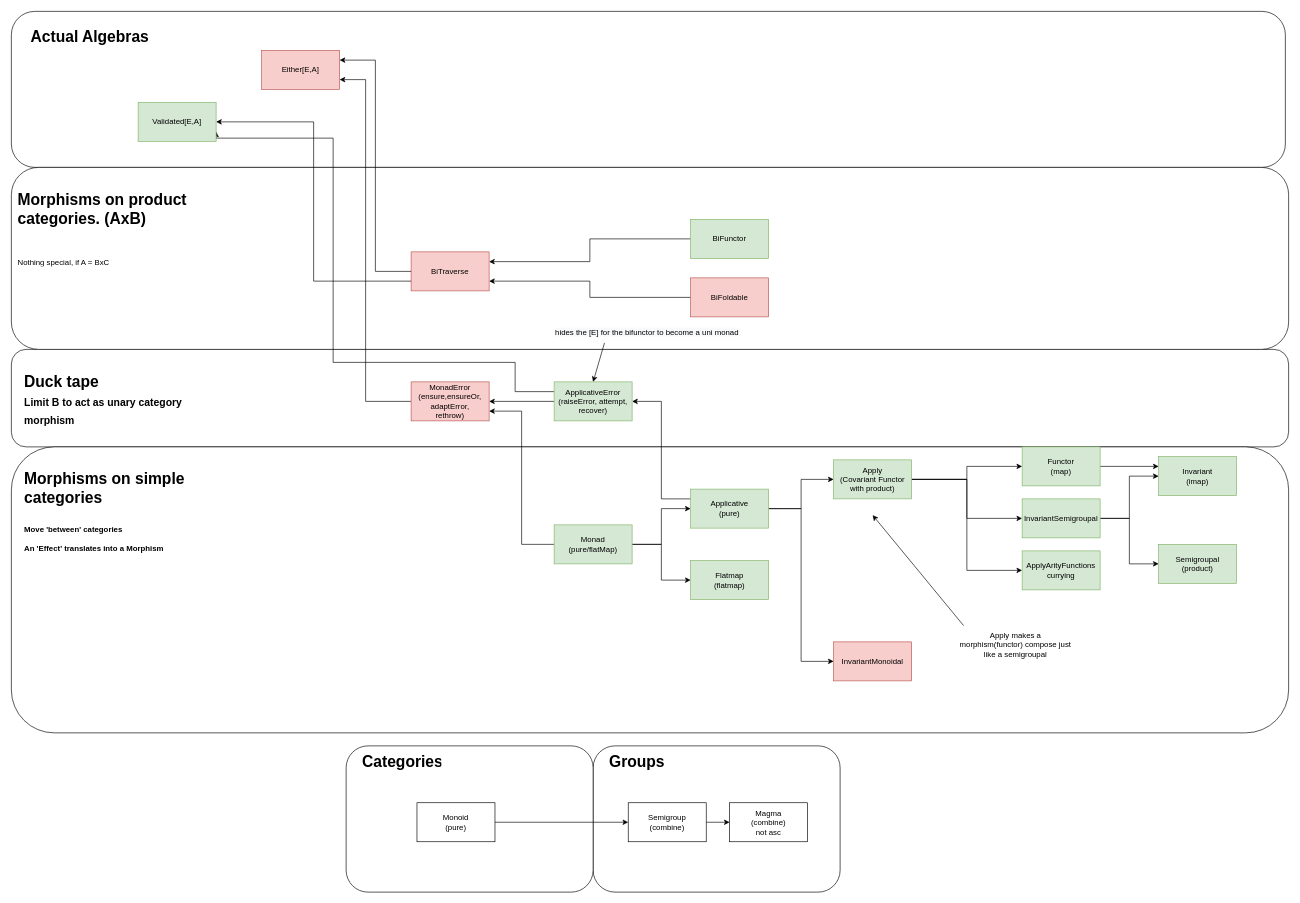
noReasonException/my-cats keeps this draw.io diagram as page "Initial Big Picture" (1 of 2) of diagram.drawio. Above is the earlier version. Source tidied: cells renumbered, new cells numbered last; positions are measured from the earlier drawing's top-left corner, leaving out a move shared by most shapes. Both pictures are drawn from the tidied source at 65%, with x=0, y=0 at pixel (11, 11).
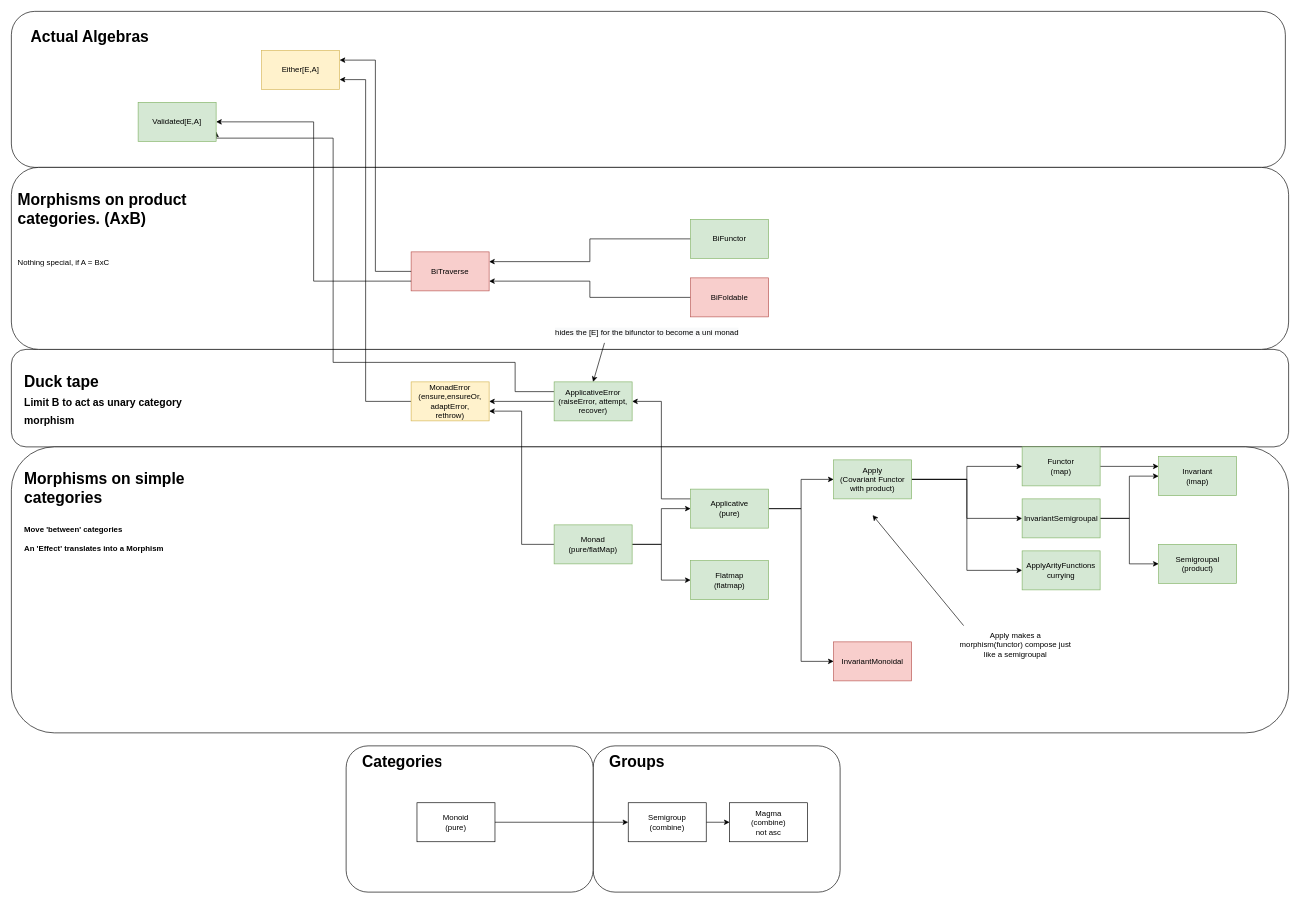
Above is the later version.

Commit message (it also covers changes not shown here):
final tests for ValidatedNel algebra : Definition of Either and MonadError

Change to the diagram source:
```diff
@@
-    <mxCell id="51" value="MonadError&lt;br&gt;(ensure,ensureOr,&lt;br&gt;adaptError,&lt;br&gt;rethrow)" style="rounded=0;whiteSpace=wrap;html=1;fillColor=#f8cecc;strokeColor=#b85450;" parent="1" vertex="1">
+    <mxCell id="51" value="MonadError&lt;br&gt;(ensure,ensureOr,&lt;br&gt;adaptError,&lt;br&gt;rethrow)" style="rounded=0;whiteSpace=wrap;html=1;fillColor=#fff2cc;strokeColor=#d6b656;" parent="1" vertex="1">
       <mxGeometry x="615" y="570" width="120" height="60" as="geometry" />
     </mxCell>
@@
-    <mxCell id="54" value="Either[E,A]" style="rounded=0;whiteSpace=wrap;html=1;fillColor=#f8cecc;strokeColor=#b85450;" parent="1" vertex="1">
+    <mxCell id="54" value="Either[E,A]" style="rounded=0;whiteSpace=wrap;html=1;fillColor=#fff2cc;strokeColor=#d6b656;" parent="1" vertex="1">
       <mxGeometry x="385" y="60" width="120" height="60" as="geometry" />
     </mxCell>
```
